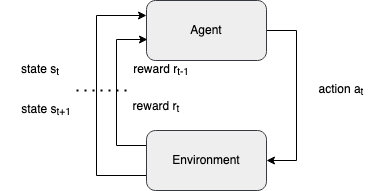
Earlier version of the draw.io export diagrams/reinforce_learning_control_loop.png (analytiq-hub/sigagent.github.io). Source tidied: cells renumbered, new cells last; positions are measured from the earlier drawing's top-left corner, leaving out a move shared by most shapes.
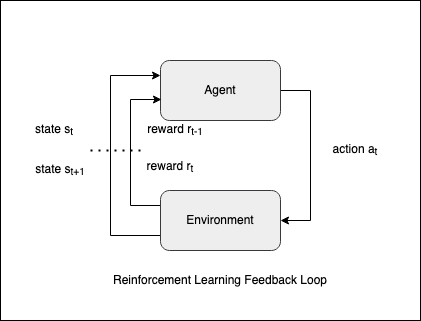
Above is the later version.

Change to the diagram source:
```diff
@@ -1,7 +1,10 @@
-<mxGraphModel background="#FFFFFF">
+<mxGraphModel>
   <root>
     <mxCell id="0" />
     <mxCell id="1" parent="0" />
+    <mxCell id="13" style="rounded=0;whiteSpace=wrap;html=1;" parent="1" vertex="1">
+      <mxGeometry x="-14" y="-60" width="420" height="320" as="geometry" />
+    </mxCell>
     <mxCell id="2" style="edgeStyle=orthogonalEdgeStyle;rounded=0;jettySize=auto;html=1;exitX=1;exitY=0.5;exitDx=0;exitDy=0;entryX=1;entryY=0.5;entryDx=0;entryDy=0;" parent="1" edge="1" source="3" target="6">
       <mxGeometry relative="1" as="geometry">
         <Array as="points">
@@ -53,5 +56,8 @@
         <mxPoint x="126" y="90" as="targetPoint" />
       </mxGeometry>
     </mxCell>
+    <mxCell id="14" value="Reinforcement Learning Feedback Loop" style="text;html=1;strokeColor=none;fillColor=none;align=center;verticalAlign=middle;whiteSpace=wrap;rounded=0;" parent="1" vertex="1">
+      <mxGeometry x="91" y="210" width="230" height="20" as="geometry" />
+    </mxCell>
   </root>
 </mxGraphModel>
```
